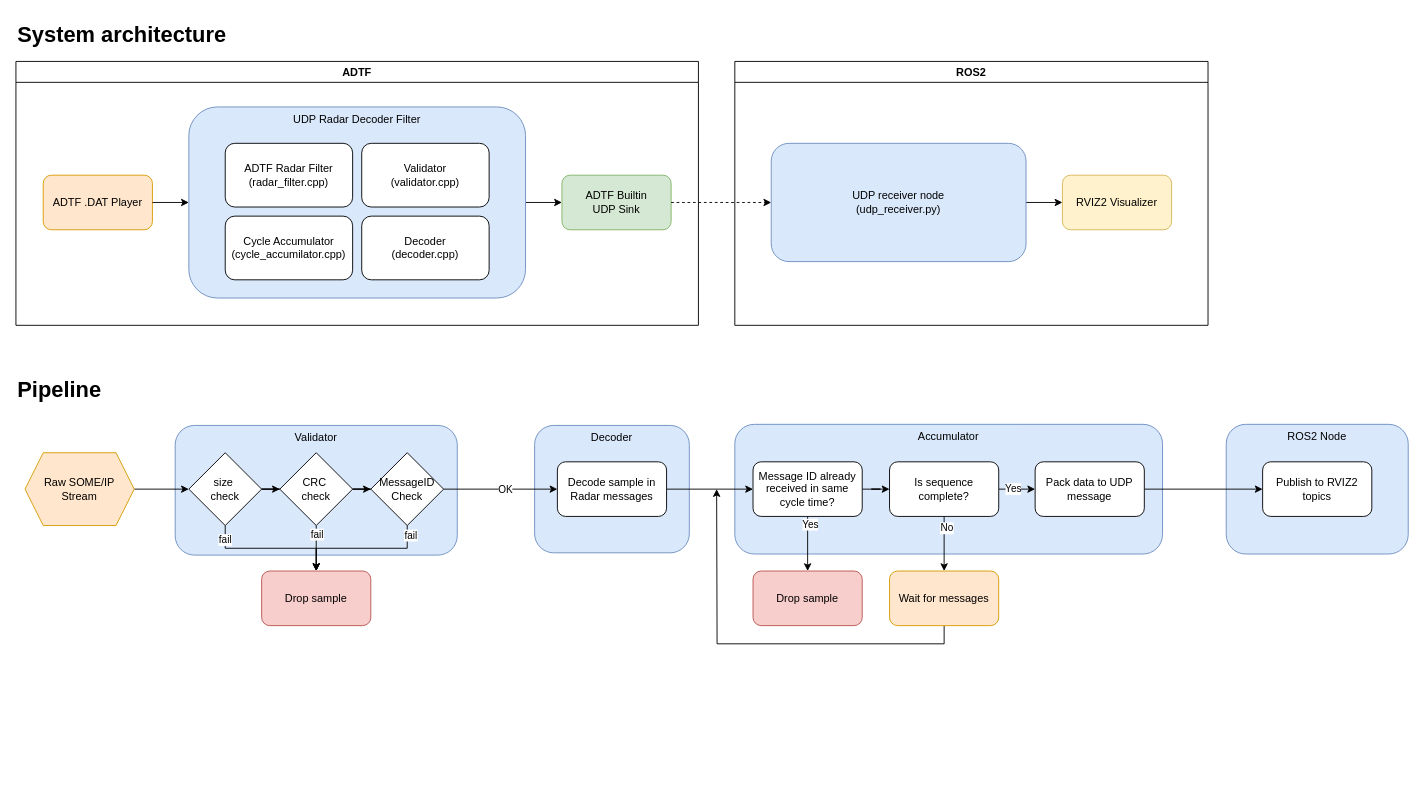
MrKugga/MikeWazowski keeps this draw.io diagram as assets/UML.drawio. Above is the earlier version. Source tidied: cells renumbered, new cells numbered last; positions are measured from the earlier drawing's top-left corner, leaving out a move shared by most shapes. Both pictures are drawn from the tidied source at 91%, with x=0, y=0 at pixel (15, 15).
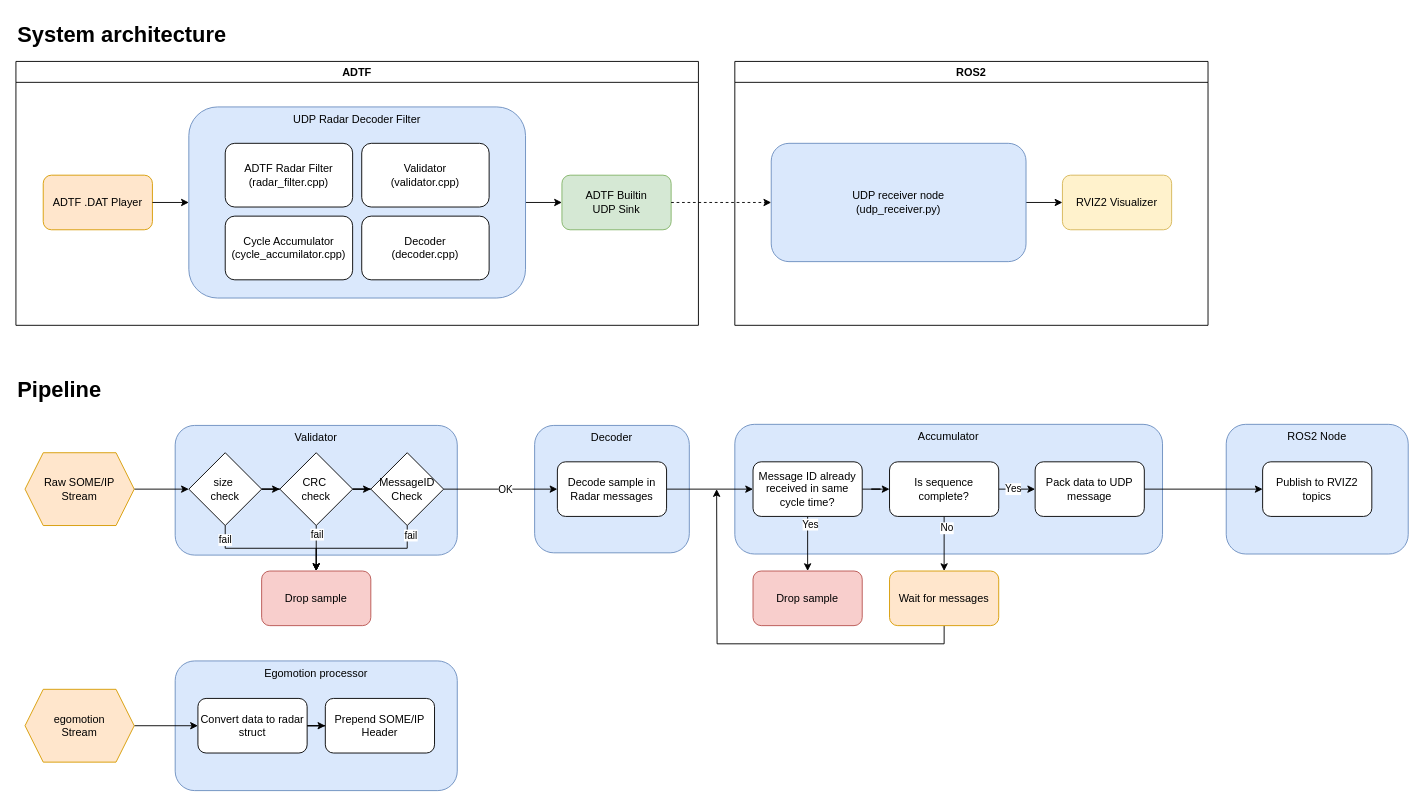
After the change.

Change to the diagram source:
```diff
@@
+    <mxCell id="56" value="Egomotion processor" style="rounded=1;whiteSpace=wrap;html=1;verticalAlign=top;fillColor=#dae8fc;strokeColor=#6c8ebf;" parent="1" vertex="1">
+      <mxGeometry x="175" y="708.8" width="310" height="142.5" as="geometry" />
+    </mxCell>
@@
+    <mxCell id="57" style="edgeStyle=orthogonalEdgeStyle;rounded=0;jettySize=auto;html=1;entryX=0;entryY=0.5;entryDx=0;entryDy=0;" parent="1" edge="1" source="58" target="60">
+      <mxGeometry relative="1" as="geometry" />
+    </mxCell>
+    <mxCell id="58" value="&lt;div&gt;egomotion&lt;/div&gt;&lt;div&gt;Stream&lt;/div&gt;" style="shape=hexagon;perimeter=hexagonPerimeter2;whiteSpace=wrap;html=1;fixedSize=1;fillColor=#ffe6cc;strokeColor=#d79b00;" parent="1" vertex="1">
+      <mxGeometry x="10" y="740" width="120" height="80" as="geometry" />
+    </mxCell>
+    <mxCell id="59" style="edgeStyle=orthogonalEdgeStyle;rounded=0;jettySize=auto;html=1;" parent="1" edge="1" source="60" target="61">
+      <mxGeometry relative="1" as="geometry" />
+    </mxCell>
+    <mxCell id="60" value="Convert data to radar struct" style="rounded=1;whiteSpace=wrap;html=1;" parent="1" vertex="1">
+      <mxGeometry x="200" y="750" width="120" height="60" as="geometry" />
+    </mxCell>
+    <mxCell id="61" value="Prepend SOME/IP Header" style="rounded=1;whiteSpace=wrap;html=1;" parent="1" vertex="1">
+      <mxGeometry x="340" y="750" width="120" height="60" as="geometry" />
+    </mxCell>
```
